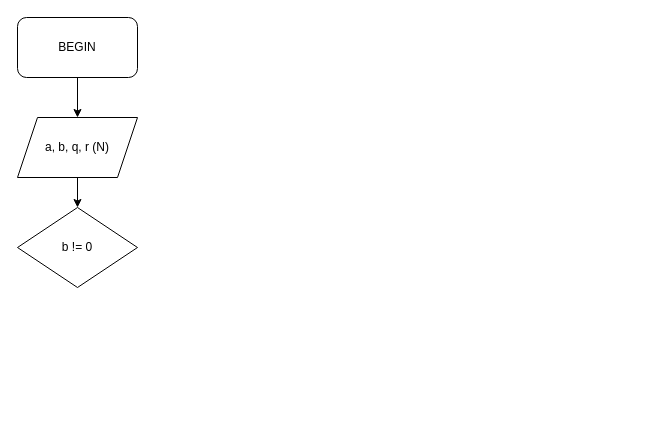
The draw.io diagram page "Page-7" (7 of 9) of Bai2.drawio in NZodasic/Flow_chart_learning, before the edit. Source tidied: cells renumbered, new cells numbered last; positions are measured from the earlier drawing's top-left corner, leaving out a move shared by most shapes. Both pictures are drawn from the tidied source at 100%, with x=0, y=0 at pixel (17, 17).
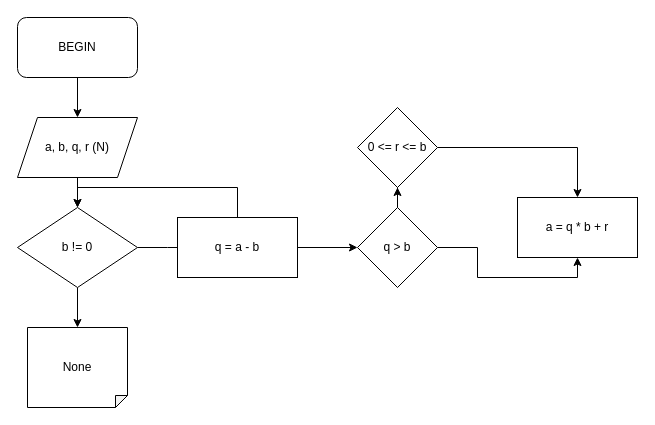
The same page after the edit.

The change refers to these unchanged cells:
```xml
<mxCell id="6" value="b != 0" style="rhombus;whiteSpace=wrap;html=1;" parent="1" vertex="1">
  <mxGeometry y="190" width="120" height="80" as="geometry" />
</mxCell>
```

Diff of the diagram source:
```diff
@@
+    <mxCell id="7" style="edgeStyle=orthogonalEdgeStyle;rounded=0;jettySize=auto;html=1;" parent="1" edge="1" source="6" target="9">
+      <mxGeometry relative="1" as="geometry" />
+    </mxCell>
+    <mxCell id="8" style="edgeStyle=orthogonalEdgeStyle;rounded=0;jettySize=auto;html=1;" parent="1" edge="1" source="6">
+      <mxGeometry relative="1" as="geometry">
+        <mxPoint x="180" y="230" as="targetPoint" />
+      </mxGeometry>
+    </mxCell>
@@
+    <mxCell id="9" value="None" style="shape=note;whiteSpace=wrap;html=1;backgroundOutline=1;darkOpacity=0.05;rotation=90;size=12;horizontal=0;" parent="1" vertex="1">
+      <mxGeometry x="20" y="300" width="80" height="100" as="geometry" />
+    </mxCell>
+    <mxCell id="10" style="edgeStyle=orthogonalEdgeStyle;rounded=0;jettySize=auto;html=1;" parent="1" edge="1" source="12" target="15">
+      <mxGeometry relative="1" as="geometry" />
+    </mxCell>
+    <mxCell id="11" style="edgeStyle=orthogonalEdgeStyle;rounded=0;jettySize=auto;html=1;entryX=0.5;entryY=0;entryDx=0;entryDy=0;" parent="1" edge="1" source="12" target="6">
+      <mxGeometry relative="1" as="geometry">
+        <Array as="points">
+          <mxPoint x="220" y="170" />
+          <mxPoint x="60" y="170" />
+        </Array>
+      </mxGeometry>
+    </mxCell>
+    <mxCell id="12" value="q = a - b" style="rounded=0;whiteSpace=wrap;html=1;" parent="1" vertex="1">
+      <mxGeometry x="160" y="200" width="120" height="60" as="geometry" />
+    </mxCell>
+    <mxCell id="13" style="edgeStyle=orthogonalEdgeStyle;rounded=0;jettySize=auto;html=1;" parent="1" edge="1" source="15" target="18">
+      <mxGeometry relative="1" as="geometry" />
+    </mxCell>
+    <mxCell id="14" style="edgeStyle=orthogonalEdgeStyle;rounded=0;jettySize=auto;html=1;entryX=0.5;entryY=1;entryDx=0;entryDy=0;" parent="1" edge="1" source="15" target="16">
+      <mxGeometry relative="1" as="geometry" />
+    </mxCell>
+    <mxCell id="15" value="q &amp;gt; b" style="rhombus;whiteSpace=wrap;html=1;" parent="1" vertex="1">
+      <mxGeometry x="340" y="190" width="80" height="80" as="geometry" />
+    </mxCell>
+    <mxCell id="16" value="a = q * b + r" style="rounded=0;whiteSpace=wrap;html=1;" parent="1" vertex="1">
+      <mxGeometry x="500" y="180" width="120" height="60" as="geometry" />
+    </mxCell>
+    <mxCell id="17" style="edgeStyle=orthogonalEdgeStyle;rounded=0;jettySize=auto;html=1;" parent="1" edge="1" source="18" target="16">
+      <mxGeometry relative="1" as="geometry" />
+    </mxCell>
+    <mxCell id="18" value="0 &amp;lt;= r &amp;lt;= b" style="rhombus;whiteSpace=wrap;html=1;" parent="1" vertex="1">
+      <mxGeometry x="340" y="90" width="80" height="80" as="geometry" />
+    </mxCell>
```
